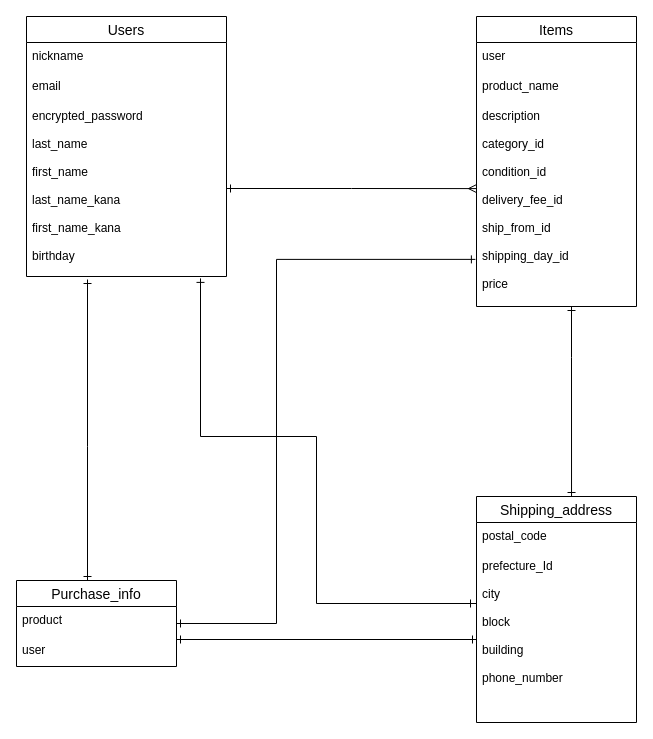
Earlier version of the draw.io diagram furima.dio (sayura86/furima-36432). Source tidied: cells renumbered, new cells numbered last; positions are measured from the earlier drawing's top-left corner, leaving out a move shared by most shapes. Both pictures are drawn from the tidied source at 100%, with x=0, y=0 at pixel (16, 16).
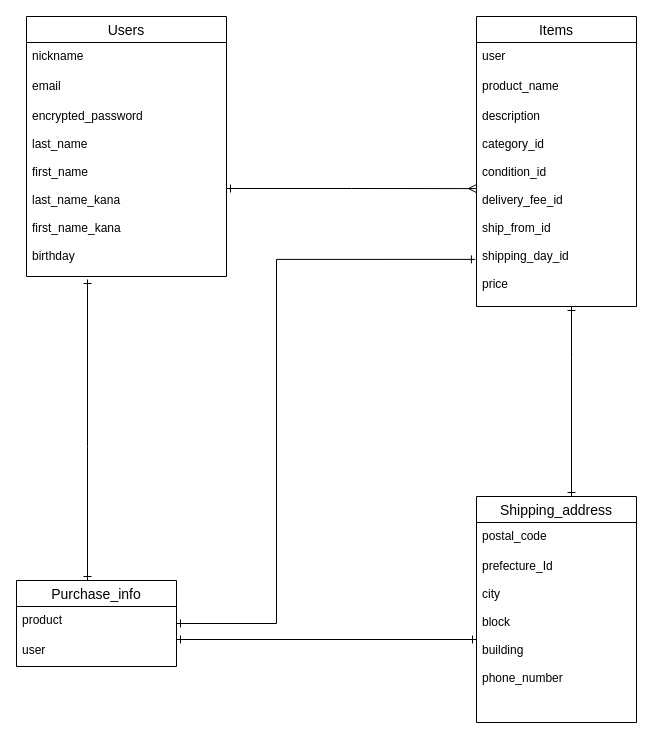
After the change.

Diff of the diagram source:
```diff
@@
-    <mxCell id="20" style="edgeStyle=orthogonalEdgeStyle;rounded=0;orthogonalLoop=1;jettySize=auto;html=1;startArrow=ERone;startFill=0;endArrow=ERone;endFill=0;strokeWidth=1;entryX=0.87;entryY=1.011;entryDx=0;entryDy=0;entryPerimeter=0;" parent="1" edge="1">
-      <mxGeometry relative="1" as="geometry">
-        <mxPoint x="450" y="587" as="sourcePoint" />
-        <mxPoint x="184" y="261.9" as="targetPoint" />
-        <Array as="points">
-          <mxPoint x="460" y="587" />
-          <mxPoint x="300" y="587" />
-          <mxPoint x="300" y="420" />
-          <mxPoint x="184" y="420" />
-        </Array>
-      </mxGeometry>
-    </mxCell>
```
